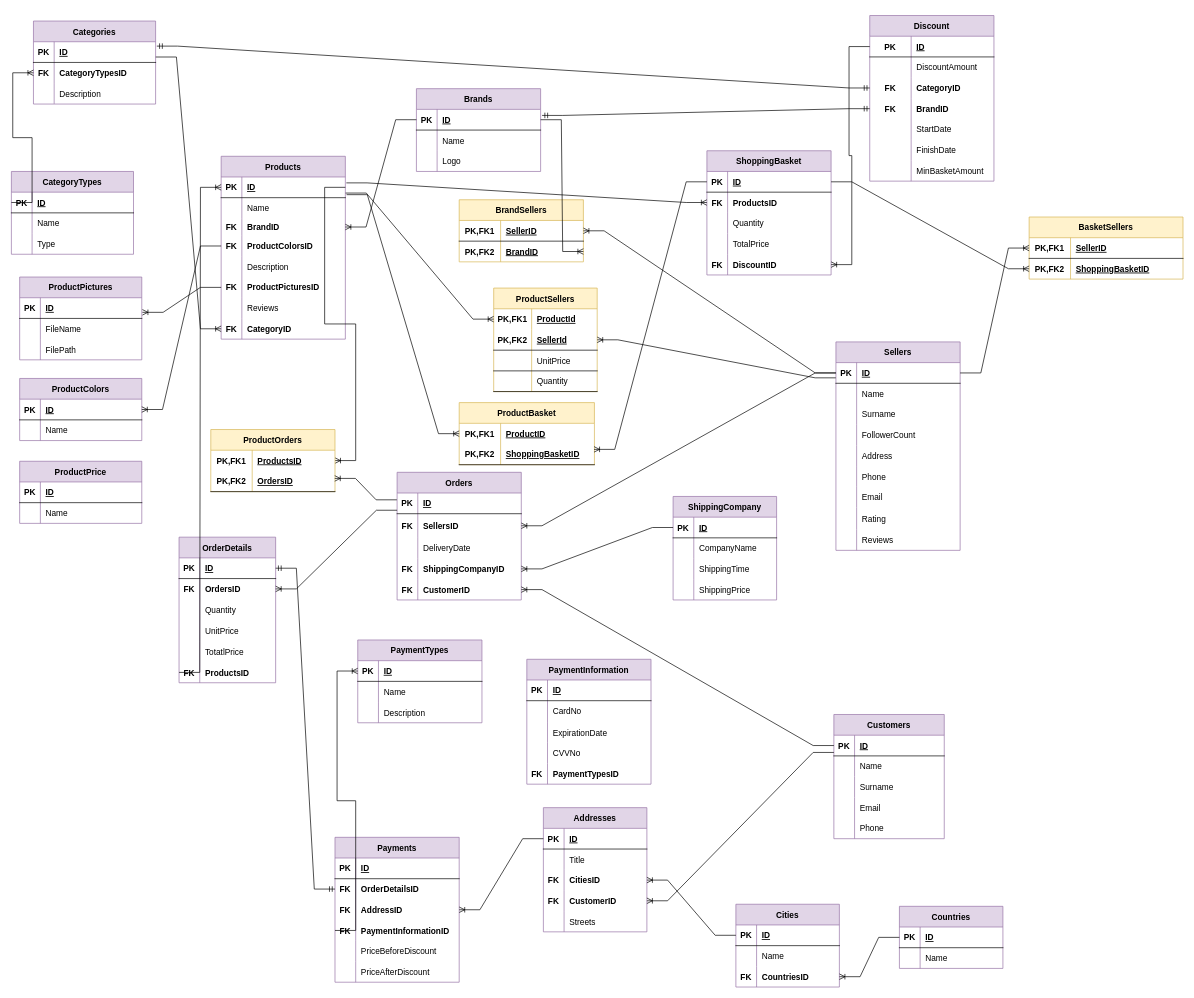
Earlier version of the draw.io diagram Son.drawio (HandeYetisen/Python). Source tidied: cells renumbered, new cells numbered last; positions are measured from the earlier drawing's top-left corner, leaving out a move shared by most shapes. Both pictures are drawn from the tidied source at 69%, with x=0, y=0 at pixel (11, 15).
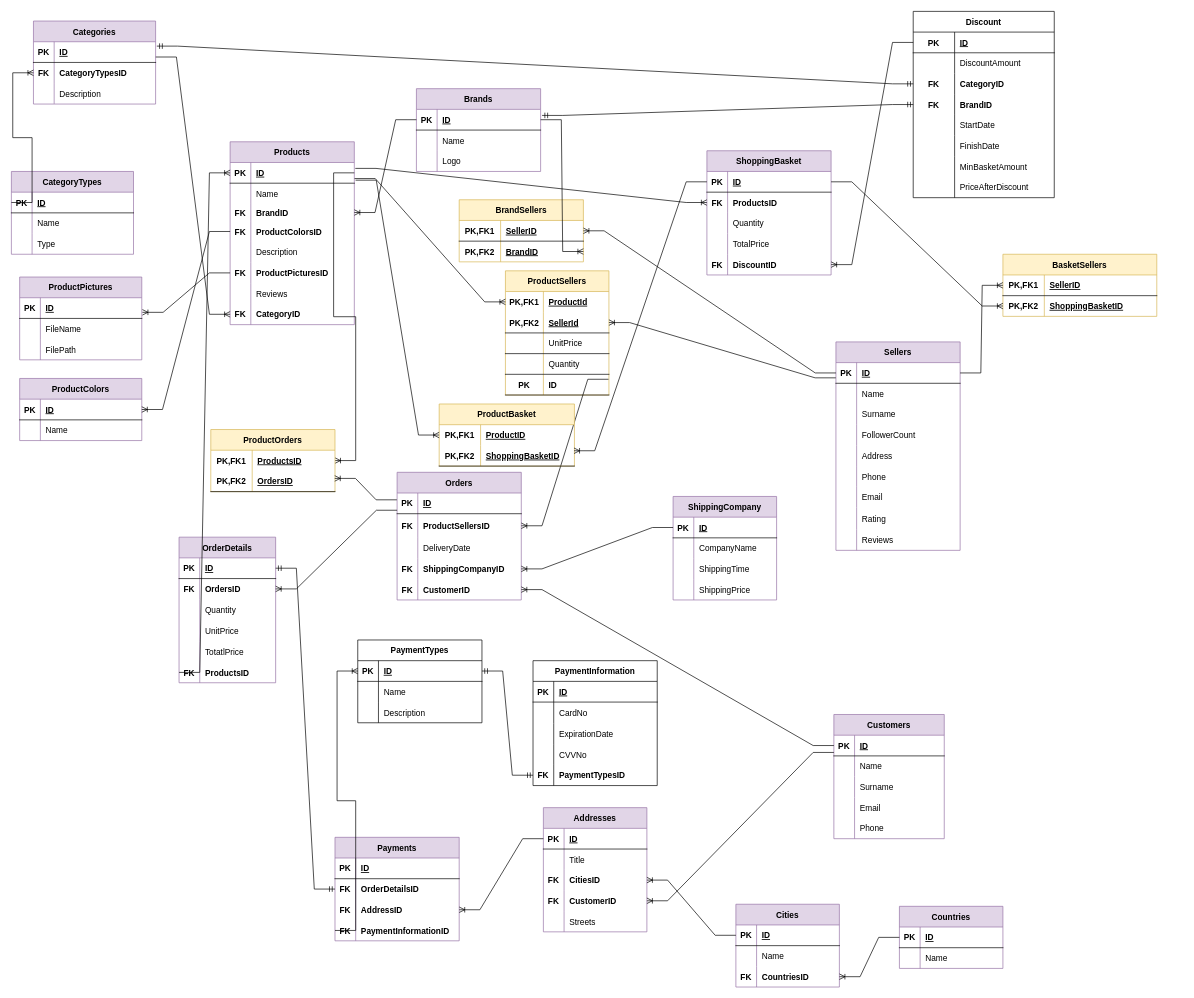
The same page after the edit.

The change refers to these unchanged cells:
```xml
<mxCell id="74" style="shape=tableRow;horizontal=0;startSize=0;swimlaneHead=0;swimlaneBody=0;fillColor=none;points=[[0,0.5],[1,0.5]];portConstraint=eastwest;top=0;left=0;right=0;bottom=0;" parent="70" vertex="1">
  <mxGeometry y="60" width="180" height="35" as="geometry" />
</mxCell>
<mxCell id="87" style="shape=tableRow;horizontal=0;startSize=0;swimlaneHead=0;swimlaneBody=0;fillColor=none;points=[[0,0.5],[1,0.5]];portConstraint=eastwest;top=0;left=0;right=0;bottom=1;" parent="86" vertex="1">
  <mxGeometry y="30" width="180" height="30" as="geometry" />
</mxCell>
<mxCell id="234" style="shape=tableRow;horizontal=0;startSize=0;swimlaneHead=0;swimlaneBody=0;fillColor=none;points=[[0,0.5],[1,0.5]];portConstraint=eastwest;top=0;left=0;right=0;bottom=1;" parent="233" vertex="1">
  <mxGeometry y="30" width="180" height="30" as="geometry" />
</mxCell>
<mxCell id="360" style="shape=tableRow;horizontal=0;startSize=0;swimlaneHead=0;swimlaneBody=0;fillColor=none;points=[[0,0.5],[1,0.5]];portConstraint=eastwest;top=0;left=0;right=0;bottom=0;" parent="347" vertex="1">
  <mxGeometry y="151" width="180" height="30" as="geometry" />
</mxCell>
```

The edit, as a diff of the source:
```diff
@@
     <mxCell id="2" value="Products" style="shape=table;startSize=30;childLayout=tableLayout;rowLines=0;fontStyle=1;align=center;fillColor=#e1d5e7;strokeColor=#9673a6;" parent="1" vertex="1">
-      <mxGeometry x="304" y="204" width="180" height="265" as="geometry" />
+      <mxGeometry x="317" y="183" width="180" height="265" as="geometry" />
     </mxCell>
@@
-    <mxCell id="76" value="SellersID" style="shape=partialRectangle;fillColor=none;top=0;left=0;bottom=0;right=0;align=left;spacingLeft=6;overflow=hidden;fontStyle=1;" parent="74" vertex="1">
+    <mxCell id="76" value="ProductSellersID" style="shape=partialRectangle;fillColor=none;top=0;left=0;bottom=0;right=0;align=left;spacingLeft=6;overflow=hidden;fontStyle=1;" parent="74" vertex="1">
       <mxGeometry x="30" width="150" height="35" as="geometry" />
     </mxCell>
@@
-    <mxCell id="121" value="Discount" style="shape=table;startSize=30;childLayout=tableLayout;rowLines=0;fontStyle=1;align=center;fillColor=#e1d5e7;strokeColor=#9673a6;" parent="1" vertex="1">
-      <mxGeometry x="1244" width="180" height="240" as="geometry" />
+    <mxCell id="121" value="Discount" style="shape=table;startSize=30;childLayout=tableLayout;rowLines=0;fontStyle=1;align=center;" parent="1" vertex="1">
+      <mxGeometry x="1307" y="-6" width="204.4" height="270" as="geometry" />
     </mxCell>
     <mxCell id="122" style="shape=tableRow;horizontal=0;startSize=0;swimlaneHead=0;swimlaneBody=0;fillColor=none;points=[[0,0.5],[1,0.5]];portConstraint=eastwest;top=0;left=0;right=0;bottom=1;" parent="121" vertex="1">
-      <mxGeometry y="30" width="180" height="30" as="geometry" />
+      <mxGeometry y="30" width="204.4" height="30" as="geometry" />
     </mxCell>
@@
     <mxCell id="124" value="ID" style="shape=partialRectangle;fillColor=none;top=0;left=0;bottom=0;right=0;align=left;spacingLeft=6;fontStyle=5;overflow=hidden;" parent="122" vertex="1">
-      <mxGeometry x="60" width="120" height="30" as="geometry" />
+      <mxGeometry x="60" width="144.4" height="30" as="geometry" />
     </mxCell>
     <mxCell id="125" style="shape=tableRow;horizontal=0;startSize=0;swimlaneHead=0;swimlaneBody=0;fillColor=none;top=0;left=0;right=0;bottom=0;" parent="121" vertex="1">
-      <mxGeometry y="60" width="180" height="30" as="geometry" />
+      <mxGeometry y="60" width="204.4" height="30" as="geometry" />
     </mxCell>
@@
     <mxCell id="127" value="DiscountAmount" style="shape=partialRectangle;fillColor=none;top=0;left=0;bottom=0;right=0;align=left;spacingLeft=6;overflow=hidden;fontStyle=0;" parent="125" vertex="1">
-      <mxGeometry x="60" width="120" height="30" as="geometry" />
+      <mxGeometry x="60" width="144.4" height="30" as="geometry" />
     </mxCell>
     <mxCell id="128" style="shape=tableRow;horizontal=0;startSize=0;swimlaneHead=0;swimlaneBody=0;fillColor=none;points=[[0,0.5],[1,0.5]];portConstraint=eastwest;top=0;left=0;right=0;bottom=0;" parent="121" vertex="1">
-      <mxGeometry y="90" width="180" height="30" as="geometry" />
+      <mxGeometry y="90" width="204.4" height="30" as="geometry" />
     </mxCell>
@@
     <mxCell id="130" value="CategoryID" style="shape=partialRectangle;fillColor=none;top=0;left=0;bottom=0;right=0;align=left;spacingLeft=6;overflow=hidden;fontStyle=1;" parent="128" vertex="1">
-      <mxGeometry x="60" width="120" height="30" as="geometry" />
+      <mxGeometry x="60" width="144.4" height="30" as="geometry" />
     </mxCell>
     <mxCell id="131" style="shape=tableRow;horizontal=0;startSize=0;swimlaneHead=0;swimlaneBody=0;fillColor=none;points=[[0,0.5],[1,0.5]];portConstraint=eastwest;top=0;left=0;right=0;bottom=0;" parent="121" vertex="1">
-      <mxGeometry y="120" width="180" height="30" as="geometry" />
+      <mxGeometry y="120" width="204.4" height="30" as="geometry" />
     </mxCell>
@@
     <mxCell id="133" value="BrandID" style="shape=partialRectangle;fillColor=none;top=0;left=0;bottom=0;right=0;align=left;spacingLeft=6;overflow=hidden;fontStyle=1;" parent="131" vertex="1">
-      <mxGeometry x="60" width="120" height="30" as="geometry" />
+      <mxGeometry x="60" width="144.4" height="30" as="geometry" />
     </mxCell>
     <mxCell id="134" style="shape=tableRow;horizontal=0;startSize=0;swimlaneHead=0;swimlaneBody=0;fillColor=none;top=0;left=0;right=0;bottom=0;" parent="121" vertex="1">
-      <mxGeometry y="150" width="180" height="30" as="geometry" />
+      <mxGeometry y="150" width="204.4" height="30" as="geometry" />
     </mxCell>
@@
     <mxCell id="136" value="StartDate" style="shape=partialRectangle;fillColor=none;top=0;left=0;bottom=0;right=0;align=left;spacingLeft=6;overflow=hidden;fontStyle=0;" parent="134" vertex="1">
-      <mxGeometry x="60" width="120" height="30" as="geometry" />
+      <mxGeometry x="60" width="144.4" height="30" as="geometry" />
     </mxCell>
     <mxCell id="137" style="shape=tableRow;horizontal=0;startSize=0;swimlaneHead=0;swimlaneBody=0;fillColor=none;top=0;left=0;right=0;bottom=0;" parent="121" vertex="1">
-      <mxGeometry y="180" width="180" height="30" as="geometry" />
+      <mxGeometry y="180" width="204.4" height="30" as="geometry" />
     </mxCell>
@@
     <mxCell id="139" value="FinishDate" style="shape=partialRectangle;fillColor=none;top=0;left=0;bottom=0;right=0;align=left;spacingLeft=6;overflow=hidden;fontColor=#000000;" parent="137" vertex="1">
-      <mxGeometry x="60" width="120" height="30" as="geometry" />
+      <mxGeometry x="60" width="144.4" height="30" as="geometry" />
     </mxCell>
     <mxCell id="140" style="shape=tableRow;horizontal=0;startSize=0;swimlaneHead=0;swimlaneBody=0;fillColor=none;top=0;left=0;right=0;bottom=0;" parent="121" vertex="1">
-      <mxGeometry y="210" width="180" height="30" as="geometry" />
+      <mxGeometry y="210" width="204.4" height="30" as="geometry" />
     </mxCell>
@@
     <mxCell id="142" value="MinBasketAmount" style="shape=partialRectangle;fillColor=none;top=0;left=0;bottom=0;right=0;align=left;spacingLeft=6;overflow=hidden;fontColor=#000000;" parent="140" vertex="1">
-      <mxGeometry x="60" width="120" height="30" as="geometry" />
+      <mxGeometry x="60" width="144.4" height="30" as="geometry" />
     </mxCell>
+    <mxCell id="363" style="shape=tableRow;horizontal=0;startSize=0;swimlaneHead=0;swimlaneBody=0;fillColor=none;top=0;left=0;right=0;bottom=0;" parent="121" vertex="1">
+      <mxGeometry y="240" width="204.4" height="30" as="geometry" />
+    </mxCell>
+    <mxCell id="364" style="shape=partialRectangle;fillColor=none;top=0;left=0;bottom=0;right=0;overflow=hidden;fontColor=#3333FF;" parent="363" vertex="1">
+      <mxGeometry width="60" height="30" as="geometry" />
+    </mxCell>
+    <mxCell id="232" value="PriceAfterDiscount" style="shape=partialRectangle;fillColor=none;top=0;left=0;bottom=0;right=0;align=left;spacingLeft=6;overflow=hidden;fontColor=#000000;strokeColor=#000099;" parent="363" vertex="1">
+      <mxGeometry x="60" width="144.4" height="30" as="geometry" />
+    </mxCell>
@@
     <mxCell id="159" value="ProductSellers" style="shape=table;startSize=30;childLayout=tableLayout;rowLines=0;fontStyle=1;align=center;fillColor=#fff2cc;strokeColor=#d6b656;" parent="1" vertex="1">
-      <mxGeometry x="699" y="395" width="150" height="150" as="geometry" />
+      <mxGeometry x="716" y="370" width="150" height="180" as="geometry" />
     </mxCell>
@@
+    <mxCell id="365" style="shape=tableRow;horizontal=0;startSize=0;swimlaneHead=0;swimlaneBody=0;fillColor=none;points=[[0,0.5],[1,0.5]];portConstraint=eastwest;top=0;left=0;right=0;bottom=1;" parent="159" vertex="1">
+      <mxGeometry y="150" width="150" height="30" as="geometry" />
+    </mxCell>
+    <mxCell id="321" value="PK" style="shape=partialRectangle;fillColor=none;top=0;left=0;bottom=0;right=0;fontStyle=1;overflow=hidden;" parent="365" vertex="1">
+      <mxGeometry width="55" height="30" as="geometry" />
+    </mxCell>
+    <mxCell id="322" value="ID" style="shape=partialRectangle;fillColor=none;top=0;left=0;bottom=0;right=0;align=left;spacingLeft=6;fontStyle=1;overflow=hidden;" parent="365" vertex="1">
+      <mxGeometry x="55" width="95" height="30" as="geometry" />
+    </mxCell>
@@
     <mxCell id="214" value="Payments" style="shape=table;startSize=30;childLayout=tableLayout;rowLines=0;fontStyle=1;align=center;fillColor=#e1d5e7;strokeColor=#9673a6;" parent="1" vertex="1">
-      <mxGeometry x="469" y="1191" width="180" height="210" as="geometry" />
+      <mxGeometry x="469" y="1191" width="180" height="150" as="geometry" />
     </mxCell>
@@
-    <mxCell id="227" style="shape=tableRow;horizontal=0;startSize=0;swimlaneHead=0;swimlaneBody=0;fillColor=none;top=0;left=0;right=0;bottom=0;" parent="214" vertex="1">
-      <mxGeometry y="150" width="180" height="30" as="geometry" />
-    </mxCell>
-    <mxCell id="228" style="shape=partialRectangle;fillColor=none;top=0;left=0;bottom=0;right=0;overflow=hidden;fontStyle=1;" parent="227" vertex="1">
-      <mxGeometry width="30" height="30" as="geometry" />
-    </mxCell>
-    <mxCell id="229" value="PriceBeforeDiscount" style="shape=partialRectangle;fillColor=none;top=0;left=0;bottom=0;right=0;align=left;spacingLeft=6;overflow=hidden;fontStyle=0;" parent="227" vertex="1">
-      <mxGeometry x="30" width="150" height="30" as="geometry" />
-    </mxCell>
-    <mxCell id="230" style="shape=tableRow;horizontal=0;startSize=0;swimlaneHead=0;swimlaneBody=0;fillColor=none;top=0;left=0;right=0;bottom=0;" parent="214" vertex="1">
-      <mxGeometry y="180" width="180" height="30" as="geometry" />
-    </mxCell>
-    <mxCell id="231" style="shape=partialRectangle;fillColor=none;top=0;left=0;bottom=0;right=0;overflow=hidden;fontStyle=1;" parent="230" vertex="1">
-      <mxGeometry width="30" height="30" as="geometry" />
-    </mxCell>
-    <mxCell id="232" value="PriceAfterDiscount" style="shape=partialRectangle;fillColor=none;top=0;left=0;bottom=0;right=0;align=left;spacingLeft=6;overflow=hidden;fontStyle=0;" parent="230" vertex="1">
-      <mxGeometry x="30" width="150" height="30" as="geometry" />
-    </mxCell>
-    <mxCell id="233" value="PaymentTypes" style="shape=table;startSize=30;childLayout=tableLayout;rowLines=0;fontStyle=1;align=center;fillColor=#e1d5e7;strokeColor=#9673a6;" parent="1" vertex="1">
+    <mxCell id="233" value="PaymentTypes" style="shape=table;startSize=30;childLayout=tableLayout;rowLines=0;fontStyle=1;align=center;" parent="1" vertex="1">
       <mxGeometry x="502" y="905" width="180" height="120" as="geometry" />
     </mxCell>
@@
-    <mxCell id="256" style="edgeStyle=entityRelationEdgeStyle;fontSize=12;html=1;endArrow=ERoneToMany;rounded=0;fontColor=#000000;exitX=0;exitY=0.5;exitDx=0;exitDy=0;" parent="1" edge="1" source="87" target="74">
+    <mxCell id="256" style="edgeStyle=entityRelationEdgeStyle;fontSize=12;html=1;endArrow=ERoneToMany;rounded=0;fontColor=#000000;exitX=0.996;exitY=0.239;exitDx=0;exitDy=0;exitPerimeter=0;" parent="1" edge="1" source="365" target="74">
       <mxGeometry relative="1" as="geometry" />
     </mxCell>
@@
     <mxCell id="266" value="ProductBasket" style="shape=table;startSize=30;childLayout=tableLayout;rowLines=0;fontStyle=1;align=center;fillColor=#fff2cc;strokeColor=#d6b656;" parent="1" vertex="1">
-      <mxGeometry x="649" y="561" width="196" height="90" as="geometry" />
+      <mxGeometry x="620" y="563" width="196" height="90" as="geometry" />
     </mxCell>
@@
     <mxCell id="280" value="BasketSellers" style="shape=table;startSize=30;childLayout=tableLayout;rowLines=0;fontStyle=1;align=center;fillColor=#fff2cc;strokeColor=#d6b656;" parent="1" vertex="1">
-      <mxGeometry x="1475" y="292" width="223" height="90" as="geometry" />
+      <mxGeometry x="1437" y="346" width="223" height="90" as="geometry" />
     </mxCell>
@@
-    <mxCell id="319" value="ProductPrice" style="shape=table;startSize=30;childLayout=tableLayout;rowLines=0;fontStyle=1;align=center;fillColor=#e1d5e7;strokeColor=#9673a6;" parent="1" vertex="1">
-      <mxGeometry x="12" y="646" width="177" height="90" as="geometry" />
-    </mxCell>
-    <mxCell id="320" style="shape=tableRow;horizontal=0;startSize=0;swimlaneHead=0;swimlaneBody=0;fillColor=none;top=0;left=0;right=0;bottom=1;" parent="319" vertex="1">
-      <mxGeometry y="30" width="177" height="30" as="geometry" />
-    </mxCell>
-    <mxCell id="321" value="PK" style="shape=partialRectangle;fillColor=none;top=0;left=0;bottom=0;right=0;fontStyle=1;overflow=hidden;" parent="320" vertex="1">
-      <mxGeometry width="30" height="30" as="geometry" />
-    </mxCell>
-    <mxCell id="322" value="ID" style="shape=partialRectangle;fillColor=none;top=0;left=0;bottom=0;right=0;align=left;spacingLeft=6;fontStyle=5;overflow=hidden;" parent="320" vertex="1">
-      <mxGeometry x="30" width="147" height="30" as="geometry" />
-    </mxCell>
-    <mxCell id="323" style="shape=tableRow;horizontal=0;startSize=0;swimlaneHead=0;swimlaneBody=0;fillColor=none;top=0;left=0;right=0;bottom=0;" parent="319" vertex="1">
-      <mxGeometry y="60" width="177" height="30" as="geometry" />
-    </mxCell>
-    <mxCell id="324" style="shape=partialRectangle;fillColor=none;top=0;left=0;bottom=0;right=0;overflow=hidden;" parent="323" vertex="1">
-      <mxGeometry width="30" height="30" as="geometry" />
-    </mxCell>
-    <mxCell id="325" value="Name" style="shape=partialRectangle;fillColor=none;top=0;left=0;bottom=0;right=0;align=left;spacingLeft=6;overflow=hidden;" parent="323" vertex="1">
-      <mxGeometry x="30" width="147" height="30" as="geometry" />
-    </mxCell>
@@
-    <mxCell id="347" value="PaymentInformation" style="shape=table;startSize=30;childLayout=tableLayout;rowLines=0;fontStyle=1;align=center;fillColor=#e1d5e7;strokeColor=#9673a6;" parent="1" vertex="1">
-      <mxGeometry x="747" y="933" width="180" height="181" as="geometry" />
+    <mxCell id="347" value="PaymentInformation" style="shape=table;startSize=30;childLayout=tableLayout;rowLines=0;fontStyle=1;align=center;" parent="1" vertex="1">
+      <mxGeometry x="756" y="935" width="180" height="181" as="geometry" />
     </mxCell>
@@
+    <mxCell id="366" style="edgeStyle=entityRelationEdgeStyle;fontSize=12;html=1;endArrow=ERmandOne;startArrow=ERmandOne;rounded=0;entryX=0;entryY=0.5;entryDx=0;entryDy=0;exitX=1;exitY=0.5;exitDx=0;exitDy=0;" parent="1" edge="1" source="234" target="360">
+      <mxGeometry relative="1" as="geometry" />
+    </mxCell>
```
